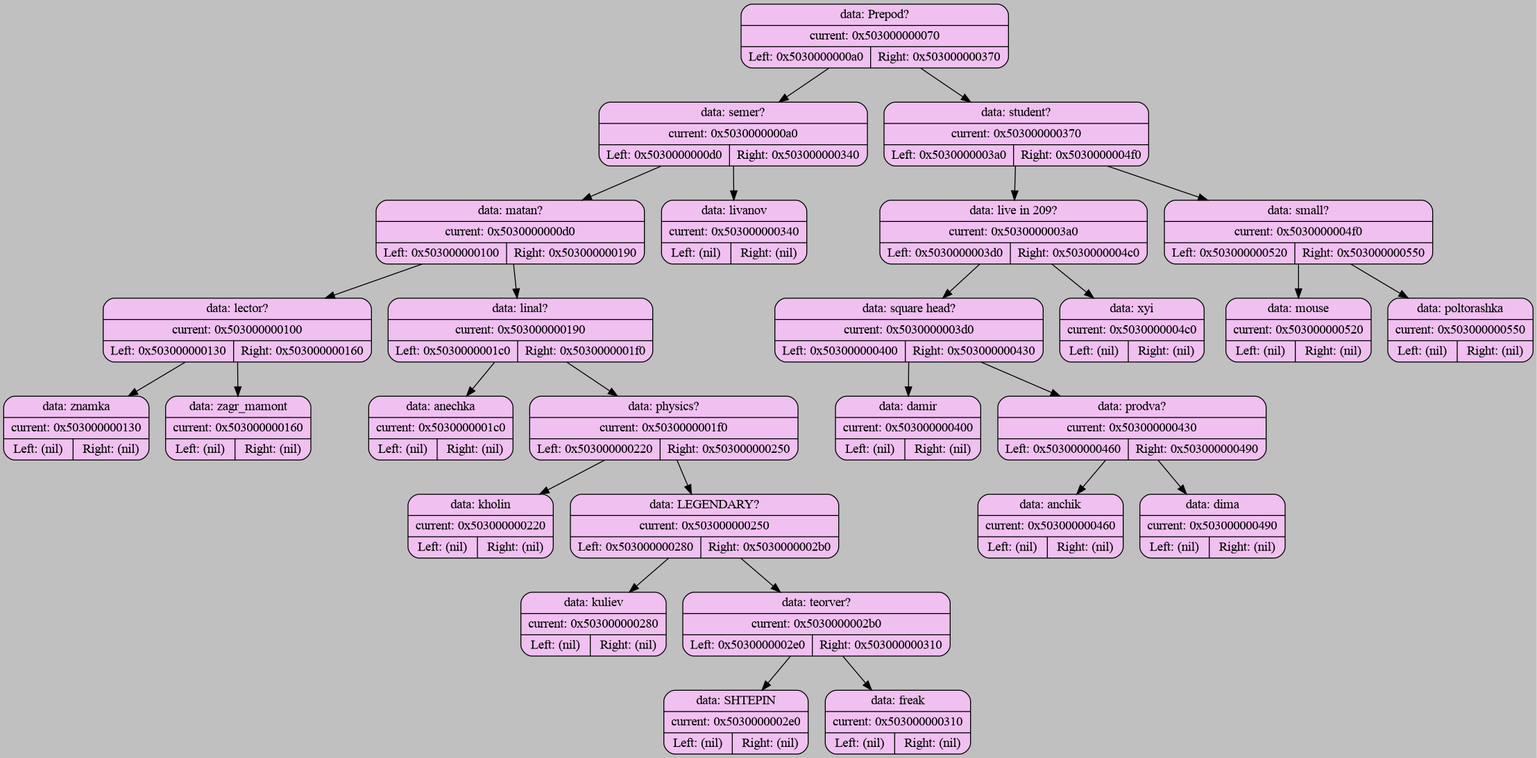
This is graph_dump/graph_0.png from Atlaxsyys/akinator, a Graphviz export, as it was before one commit. Its source is kept beside it as graph_dump/graph_0.dot.
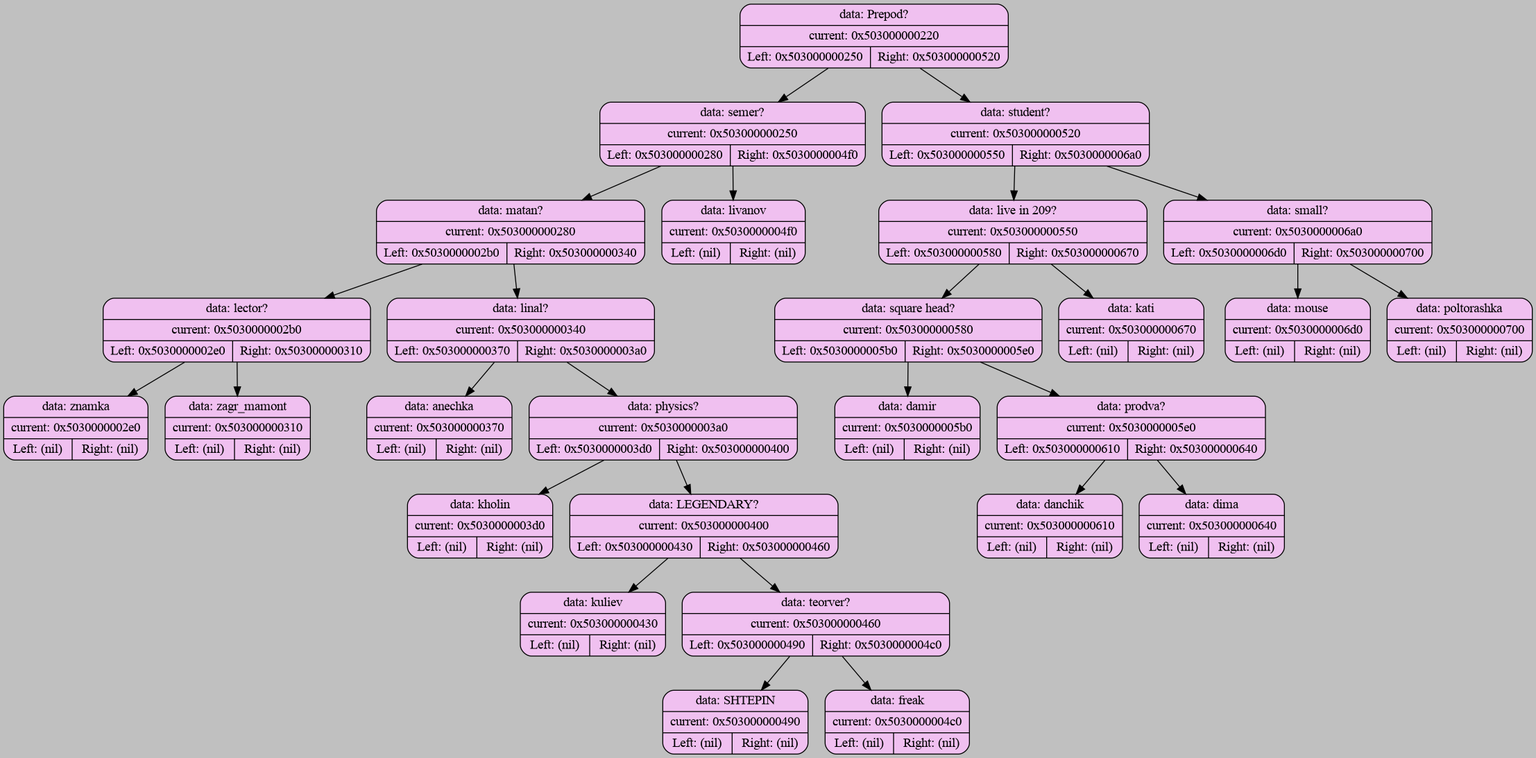
The same diagram one commit later.

The edit, as a diff of the source:
```diff
@@ -2,57 +2,57 @@
     bgcolor="#C0C0C0";
 
     node [shape=record];
-    "0x503000000070" [shape=Mrecord, style=filled; fillcolor="#F0C0F0"; label="{data: Prepod? | current: 0x503000000070 | { Left: 0x5030000000a0 | Right: 0x503000000370 }}"];
-    "0x503000000070" -> "0x5030000000a0";
-    "0x5030000000a0" [shape=Mrecord, style=filled; fillcolor="#F0C0F0"; label="{data: semer? | current: 0x5030000000a0 | { Left: 0x5030000000d0 | Right: 0x503000000340 }}"];
-    "0x5030000000a0" -> "0x5030000000d0";
-    "0x5030000000d0" [shape=Mrecord, style=filled; fillcolor="#F0C0F0"; label="{data: matan? | current: 0x5030000000d0 | { Left: 0x503000000100 | Right: 0x503000000190 }}"];
-    "0x5030000000d0" -> "0x503000000100";
-    "0x503000000100" [shape=Mrecord, style=filled; fillcolor="#F0C0F0"; label="{data: lector? | current: 0x503000000100 | { Left: 0x503000000130 | Right: 0x503000000160 }}"];
-    "0x503000000100" -> "0x503000000130";
-    "0x503000000130" [shape=Mrecord, style=filled; fillcolor="#F0C0F0"; label="{data: znamka | current: 0x503000000130 | { Left: (nil) | Right: (nil) }}"];
-    "0x503000000100" -> "0x503000000160";
-    "0x503000000160" [shape=Mrecord, style=filled; fillcolor="#F0C0F0"; label="{data: zagr_mamont | current: 0x503000000160 | { Left: (nil) | Right: (nil) }}"];
-    "0x5030000000d0" -> "0x503000000190";
-    "0x503000000190" [shape=Mrecord, style=filled; fillcolor="#F0C0F0"; label="{data: linal? | current: 0x503000000190 | { Left: 0x5030000001c0 | Right: 0x5030000001f0 }}"];
-    "0x503000000190" -> "0x5030000001c0";
-    "0x5030000001c0" [shape=Mrecord, style=filled; fillcolor="#F0C0F0"; label="{data: anechka | current: 0x5030000001c0 | { Left: (nil) | Right: (nil) }}"];
-    "0x503000000190" -> "0x5030000001f0";
-    "0x5030000001f0" [shape=Mrecord, style=filled; fillcolor="#F0C0F0"; label="{data: physics? | current: 0x5030000001f0 | { Left: 0x503000000220 | Right: 0x503000000250 }}"];
-    "0x5030000001f0" -> "0x503000000220";
-    "0x503000000220" [shape=Mrecord, style=filled; fillcolor="#F0C0F0"; label="{data: kholin | current: 0x503000000220 | { Left: (nil) | Right: (nil) }}"];
-    "0x5030000001f0" -> "0x503000000250";
-    "0x503000000250" [shape=Mrecord, style=filled; fillcolor="#F0C0F0"; label="{data: LEGENDARY? | current: 0x503000000250 | { Left: 0x503000000280 | Right: 0x5030000002b0 }}"];
+    "0x503000000220" [shape=Mrecord, style=filled; fillcolor="#F0C0F0"; label="{data: Prepod? | current: 0x503000000220 | { Left: 0x503000000250 | Right: 0x503000000520 }}"];
+    "0x503000000220" -> "0x503000000250";
+    "0x503000000250" [shape=Mrecord, style=filled; fillcolor="#F0C0F0"; label="{data: semer? | current: 0x503000000250 | { Left: 0x503000000280 | Right: 0x5030000004f0 }}"];
     "0x503000000250" -> "0x503000000280";
-    "0x503000000280" [shape=Mrecord, style=filled; fillcolor="#F0C0F0"; label="{data: kuliev | current: 0x503000000280 | { Left: (nil) | Right: (nil) }}"];
-    "0x503000000250" -> "0x5030000002b0";
-    "0x5030000002b0" [shape=Mrecord, style=filled; fillcolor="#F0C0F0"; label="{data: teorver? | current: 0x5030000002b0 | { Left: 0x5030000002e0 | Right: 0x503000000310 }}"];
+    "0x503000000280" [shape=Mrecord, style=filled; fillcolor="#F0C0F0"; label="{data: matan? | current: 0x503000000280 | { Left: 0x5030000002b0 | Right: 0x503000000340 }}"];
+    "0x503000000280" -> "0x5030000002b0";
+    "0x5030000002b0" [shape=Mrecord, style=filled; fillcolor="#F0C0F0"; label="{data: lector? | current: 0x5030000002b0 | { Left: 0x5030000002e0 | Right: 0x503000000310 }}"];
     "0x5030000002b0" -> "0x5030000002e0";
-    "0x5030000002e0" [shape=Mrecord, style=filled; fillcolor="#F0C0F0"; label="{data: SHTEPIN | current: 0x5030000002e0 | { Left: (nil) | Right: (nil) }}"];
+    "0x5030000002e0" [shape=Mrecord, style=filled; fillcolor="#F0C0F0"; label="{data: znamka | current: 0x5030000002e0 | { Left: (nil) | Right: (nil) }}"];
     "0x5030000002b0" -> "0x503000000310";
-    "0x503000000310" [shape=Mrecord, style=filled; fillcolor="#F0C0F0"; label="{data: freak | current: 0x503000000310 | { Left: (nil) | Right: (nil) }}"];
-    "0x5030000000a0" -> "0x503000000340";
-    "0x503000000340" [shape=Mrecord, style=filled; fillcolor="#F0C0F0"; label="{data: livanov | current: 0x503000000340 | { Left: (nil) | Right: (nil) }}"];
-    "0x503000000070" -> "0x503000000370";
-    "0x503000000370" [shape=Mrecord, style=filled; fillcolor="#F0C0F0"; label="{data: student? | current: 0x503000000370 | { Left: 0x5030000003a0 | Right: 0x5030000004f0 }}"];
-    "0x503000000370" -> "0x5030000003a0";
-    "0x5030000003a0" [shape=Mrecord, style=filled; fillcolor="#F0C0F0"; label="{data: live in 209? | current: 0x5030000003a0 | { Left: 0x5030000003d0 | Right: 0x5030000004c0 }}"];
+    "0x503000000310" [shape=Mrecord, style=filled; fillcolor="#F0C0F0"; label="{data: zagr_mamont | current: 0x503000000310 | { Left: (nil) | Right: (nil) }}"];
+    "0x503000000280" -> "0x503000000340";
+    "0x503000000340" [shape=Mrecord, style=filled; fillcolor="#F0C0F0"; label="{data: linal? | current: 0x503000000340 | { Left: 0x503000000370 | Right: 0x5030000003a0 }}"];
+    "0x503000000340" -> "0x503000000370";
+    "0x503000000370" [shape=Mrecord, style=filled; fillcolor="#F0C0F0"; label="{data: anechka | current: 0x503000000370 | { Left: (nil) | Right: (nil) }}"];
+    "0x503000000340" -> "0x5030000003a0";
+    "0x5030000003a0" [shape=Mrecord, style=filled; fillcolor="#F0C0F0"; label="{data: physics? | current: 0x5030000003a0 | { Left: 0x5030000003d0 | Right: 0x503000000400 }}"];
     "0x5030000003a0" -> "0x5030000003d0";
-    "0x5030000003d0" [shape=Mrecord, style=filled; fillcolor="#F0C0F0"; label="{data: square head? | current: 0x5030000003d0 | { Left: 0x503000000400 | Right: 0x503000000430 }}"];
-    "0x5030000003d0" -> "0x503000000400";
-    "0x503000000400" [shape=Mrecord, style=filled; fillcolor="#F0C0F0"; label="{data: damir | current: 0x503000000400 | { Left: (nil) | Right: (nil) }}"];
-    "0x5030000003d0" -> "0x503000000430";
-    "0x503000000430" [shape=Mrecord, style=filled; fillcolor="#F0C0F0"; label="{data: prodva? | current: 0x503000000430 | { Left: 0x503000000460 | Right: 0x503000000490 }}"];
-    "0x503000000430" -> "0x503000000460";
-    "0x503000000460" [shape=Mrecord, style=filled; fillcolor="#F0C0F0"; label="{data: anchik | current: 0x503000000460 | { Left: (nil) | Right: (nil) }}"];
-    "0x503000000430" -> "0x503000000490";
-    "0x503000000490" [shape=Mrecord, style=filled; fillcolor="#F0C0F0"; label="{data: dima | current: 0x503000000490 | { Left: (nil) | Right: (nil) }}"];
-    "0x5030000003a0" -> "0x5030000004c0";
-    "0x5030000004c0" [shape=Mrecord, style=filled; fillcolor="#F0C0F0"; label="{data: xyi | current: 0x5030000004c0 | { Left: (nil) | Right: (nil) }}"];
-    "0x503000000370" -> "0x5030000004f0";
-    "0x5030000004f0" [shape=Mrecord, style=filled; fillcolor="#F0C0F0"; label="{data: small? | current: 0x5030000004f0 | { Left: 0x503000000520 | Right: 0x503000000550 }}"];
-    "0x5030000004f0" -> "0x503000000520";
-    "0x503000000520" [shape=Mrecord, style=filled; fillcolor="#F0C0F0"; label="{data: mouse | current: 0x503000000520 | { Left: (nil) | Right: (nil) }}"];
-    "0x5030000004f0" -> "0x503000000550";
-    "0x503000000550" [shape=Mrecord, style=filled; fillcolor="#F0C0F0"; label="{data: poltorashka | current: 0x503000000550 | { Left: (nil) | Right: (nil) }}"];
+    "0x5030000003d0" [shape=Mrecord, style=filled; fillcolor="#F0C0F0"; label="{data: kholin | current: 0x5030000003d0 | { Left: (nil) | Right: (nil) }}"];
+    "0x5030000003a0" -> "0x503000000400";
+    "0x503000000400" [shape=Mrecord, style=filled; fillcolor="#F0C0F0"; label="{data: LEGENDARY? | current: 0x503000000400 | { Left: 0x503000000430 | Right: 0x503000000460 }}"];
+    "0x503000000400" -> "0x503000000430";
+    "0x503000000430" [shape=Mrecord, style=filled; fillcolor="#F0C0F0"; label="{data: kuliev | current: 0x503000000430 | { Left: (nil) | Right: (nil) }}"];
+    "0x503000000400" -> "0x503000000460";
+    "0x503000000460" [shape=Mrecord, style=filled; fillcolor="#F0C0F0"; label="{data: teorver? | current: 0x503000000460 | { Left: 0x503000000490 | Right: 0x5030000004c0 }}"];
+    "0x503000000460" -> "0x503000000490";
+    "0x503000000490" [shape=Mrecord, style=filled; fillcolor="#F0C0F0"; label="{data: SHTEPIN | current: 0x503000000490 | { Left: (nil) | Right: (nil) }}"];
+    "0x503000000460" -> "0x5030000004c0";
+    "0x5030000004c0" [shape=Mrecord, style=filled; fillcolor="#F0C0F0"; label="{data: freak | current: 0x5030000004c0 | { Left: (nil) | Right: (nil) }}"];
+    "0x503000000250" -> "0x5030000004f0";
+    "0x5030000004f0" [shape=Mrecord, style=filled; fillcolor="#F0C0F0"; label="{data: livanov | current: 0x5030000004f0 | { Left: (nil) | Right: (nil) }}"];
+    "0x503000000220" -> "0x503000000520";
+    "0x503000000520" [shape=Mrecord, style=filled; fillcolor="#F0C0F0"; label="{data: student? | current: 0x503000000520 | { Left: 0x503000000550 | Right: 0x5030000006a0 }}"];
+    "0x503000000520" -> "0x503000000550";
+    "0x503000000550" [shape=Mrecord, style=filled; fillcolor="#F0C0F0"; label="{data: live in 209? | current: 0x503000000550 | { Left: 0x503000000580 | Right: 0x503000000670 }}"];
+    "0x503000000550" -> "0x503000000580";
+    "0x503000000580" [shape=Mrecord, style=filled; fillcolor="#F0C0F0"; label="{data: square head? | current: 0x503000000580 | { Left: 0x5030000005b0 | Right: 0x5030000005e0 }}"];
+    "0x503000000580" -> "0x5030000005b0";
+    "0x5030000005b0" [shape=Mrecord, style=filled; fillcolor="#F0C0F0"; label="{data: damir | current: 0x5030000005b0 | { Left: (nil) | Right: (nil) }}"];
+    "0x503000000580" -> "0x5030000005e0";
+    "0x5030000005e0" [shape=Mrecord, style=filled; fillcolor="#F0C0F0"; label="{data: prodva? | current: 0x5030000005e0 | { Left: 0x503000000610 | Right: 0x503000000640 }}"];
+    "0x5030000005e0" -> "0x503000000610";
+    "0x503000000610" [shape=Mrecord, style=filled; fillcolor="#F0C0F0"; label="{data: danchik | current: 0x503000000610 | { Left: (nil) | Right: (nil) }}"];
+    "0x5030000005e0" -> "0x503000000640";
+    "0x503000000640" [shape=Mrecord, style=filled; fillcolor="#F0C0F0"; label="{data: dima | current: 0x503000000640 | { Left: (nil) | Right: (nil) }}"];
+    "0x503000000550" -> "0x503000000670";
+    "0x503000000670" [shape=Mrecord, style=filled; fillcolor="#F0C0F0"; label="{data: kati | current: 0x503000000670 | { Left: (nil) | Right: (nil) }}"];
+    "0x503000000520" -> "0x5030000006a0";
+    "0x5030000006a0" [shape=Mrecord, style=filled; fillcolor="#F0C0F0"; label="{data: small? | current: 0x5030000006a0 | { Left: 0x5030000006d0 | Right: 0x503000000700 }}"];
+    "0x5030000006a0" -> "0x5030000006d0";
+    "0x5030000006d0" [shape=Mrecord, style=filled; fillcolor="#F0C0F0"; label="{data: mouse | current: 0x5030000006d0 | { Left: (nil) | Right: (nil) }}"];
+    "0x5030000006a0" -> "0x503000000700";
+    "0x503000000700" [shape=Mrecord, style=filled; fillcolor="#F0C0F0"; label="{data: poltorashka | current: 0x503000000700 | { Left: (nil) | Right: (nil) }}"];
 }
```
